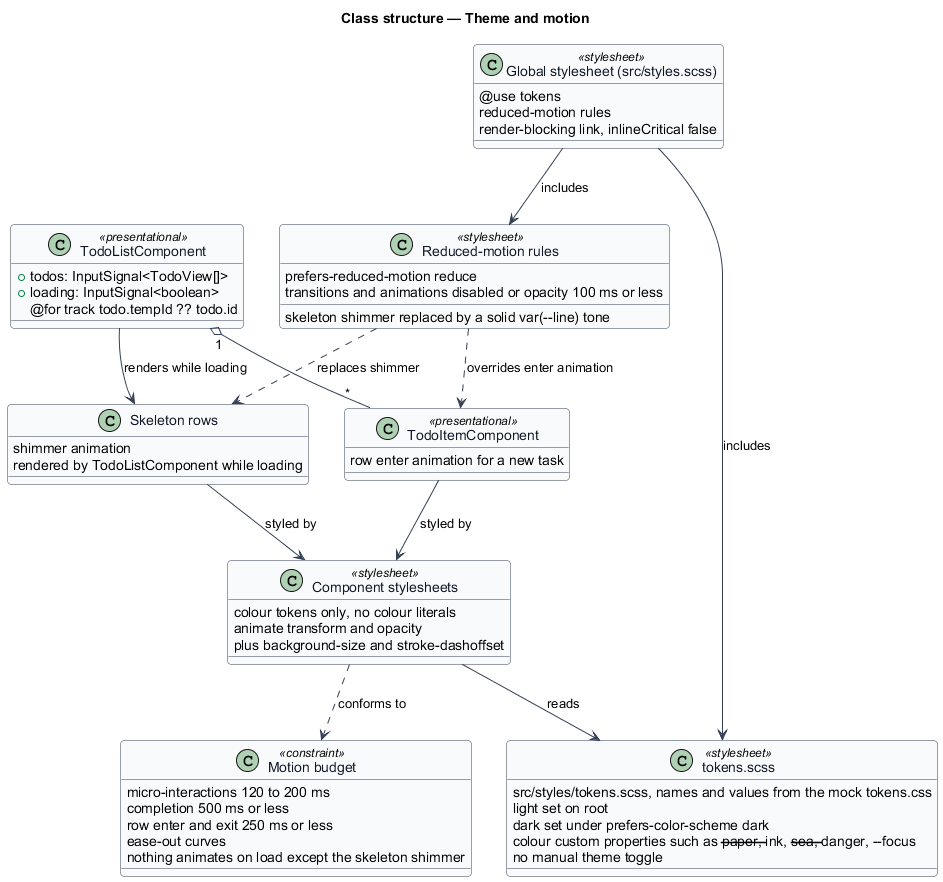
QuinntyneBrown/php-todo-lab keeps this PlantUML diagram as docs/detailed-designs/interface/theme-and-motion/diagrams/class-structure.png. Above is the earlier version.
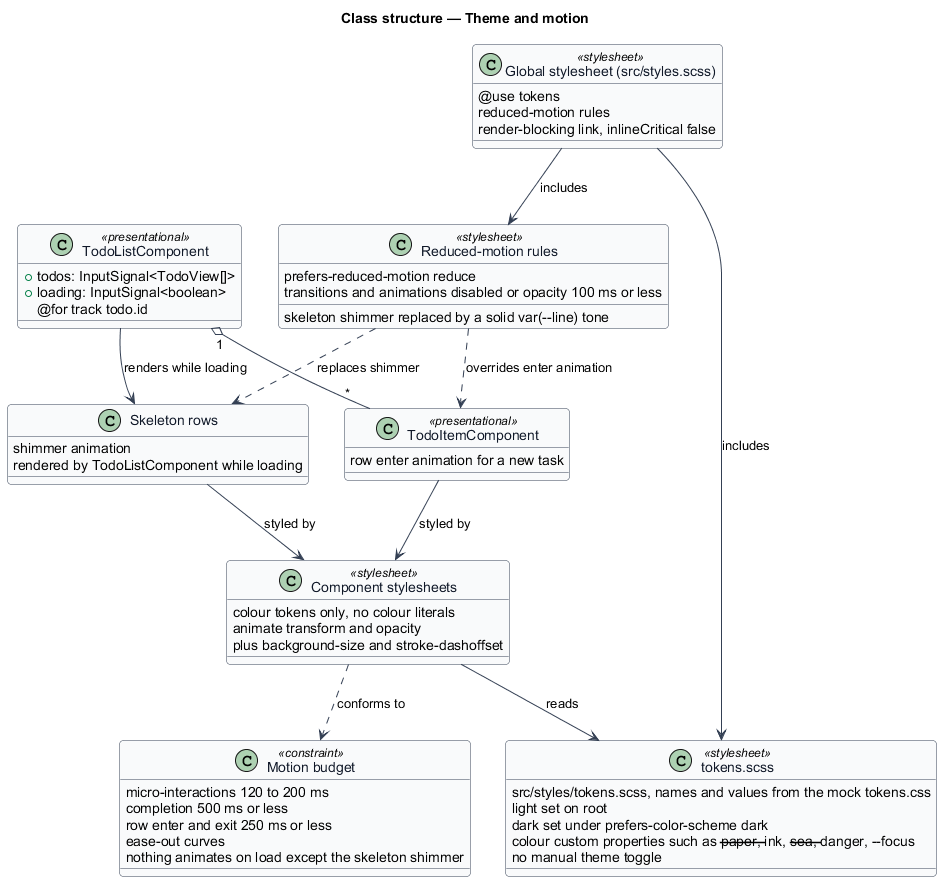
Later version of the same file.

Change to the diagram source:
```diff
@@ -42,7 +42,7 @@
 class TodoListComponent <<presentational>> {
   +todos: InputSignal<TodoView[]>
   +loading: InputSignal<boolean>
-  @for track todo.tempId ?? todo.id
+  @for track todo.id
 }
 
 class TodoItemComponent <<presentational>> {
```
